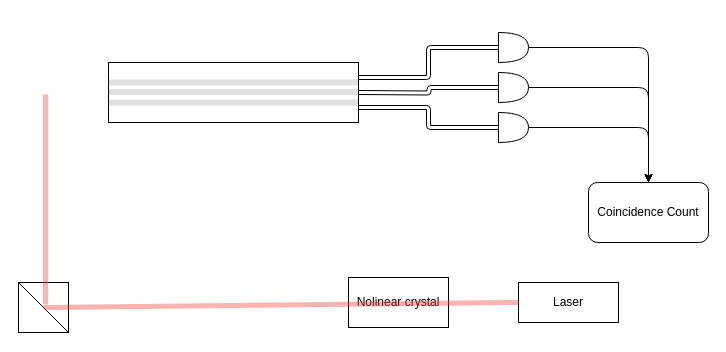
Earlier version of the draw.io diagram Experiment_3level.drawio (FishInAmber/FishNote). Source tidied: cells renumbered, new cells numbered last; positions are measured from the earlier drawing's top-left corner, leaving out a move shared by most shapes. Both pictures are drawn from the tidied source at 100%, with x=0, y=0 at pixel (18, 32).
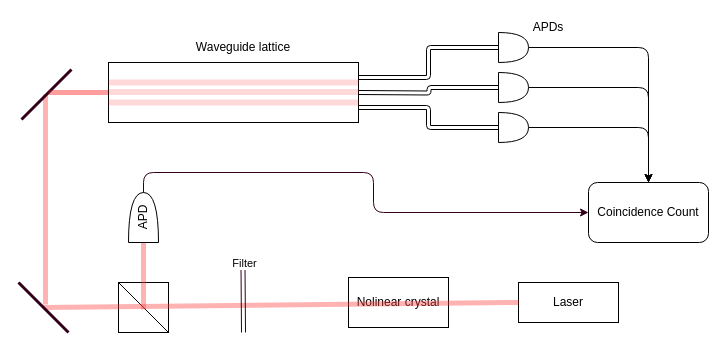
The same page after the edit.

Unchanged cells that the change refers to:
```xml
<mxCell id="11" value="Coincidence Count" style="rounded=1;whiteSpace=wrap;html=1;" parent="1" vertex="1">
  <mxGeometry x="570" y="150" width="120" height="60" as="geometry" />
</mxCell>
```

What changed in the source:
```diff
@@
     <mxCell id="14" style="group;" parent="1" vertex="1">
-      <mxGeometry y="250" width="50" height="50" as="geometry" />
+      <mxGeometry x="100" y="250" width="50" height="50" as="geometry" />
     </mxCell>
@@
-    <mxCell id="19" style="group;" parent="1" vertex="1">
-      <mxGeometry x="90" y="30" width="250" height="60" as="geometry" />
-    </mxCell>
+    <mxCell id="24" style="endArrow=none;html=1;strokeColor=#FF4040;strokeWidth=5;opacity=40;" parent="1" edge="1">
+      <mxGeometry relative="1" as="geometry">
+        <mxPoint x="30" y="60" as="sourcePoint" />
+        <mxPoint x="90" y="60" as="targetPoint" />
+      </mxGeometry>
+    </mxCell>
+    <mxCell id="25" style="endArrow=none;html=1;strokeWidth=3;strokeColor=#33001A;" parent="1" edge="1">
+      <mxGeometry relative="1" as="geometry">
+        <mxPoint x="3" y="87" as="sourcePoint" />
+        <mxPoint x="53" y="37" as="targetPoint" />
+      </mxGeometry>
+    </mxCell>
+    <mxCell id="26" style="endArrow=none;html=1;strokeColor=#FF4040;strokeWidth=5;opacity=40;entryX=0;entryY=0.5;entryDx=0;entryDy=0;entryPerimeter=0;" parent="1" edge="1" target="28">
+      <mxGeometry relative="1" as="geometry">
+        <mxPoint x="125" y="277" as="sourcePoint" />
+        <Array as="points">
+          <mxPoint x="125" y="237" />
+        </Array>
+      </mxGeometry>
+    </mxCell>
+    <mxCell id="27" style="edgeStyle=orthogonalEdgeStyle;rounded=1;jettySize=auto;html=1;entryX=0;entryY=0.5;entryDx=0;entryDy=0;strokeColor=#33001A;strokeWidth=1;exitX=1;exitY=0.5;exitDx=0;exitDy=0;exitPerimeter=0;" parent="1" edge="1" source="28" target="11">
+      <mxGeometry relative="1" as="geometry" />
+    </mxCell>
+    <mxCell id="28" value="APD" style="shape=or;whiteSpace=wrap;html=1;fillColor=none;rotation=-90;" parent="1" vertex="1">
+      <mxGeometry x="100" y="170" width="50" height="30" as="geometry" />
+    </mxCell>
+    <mxCell id="29" style="endArrow=none;html=1;strokeColor=#FF4040;strokeWidth=5;opacity=20;" parent="1" edge="1">
+      <mxGeometry relative="1" as="geometry">
+        <mxPoint x="30" y="60" as="sourcePoint" />
+        <mxPoint x="340" y="60" as="targetPoint" />
+      </mxGeometry>
+    </mxCell>
+    <mxCell id="30" style="endArrow=none;html=1;strokeWidth=3;strokeColor=#33001A;" parent="1" edge="1">
+      <mxGeometry relative="1" as="geometry">
+        <mxPoint x="50" y="300" as="sourcePoint" />
+        <mxPoint y="250" as="targetPoint" />
+      </mxGeometry>
+    </mxCell>
-    <mxCell id="20" style="rounded=0;whiteSpace=wrap;html=1;" parent="19" vertex="1">
-      <mxGeometry width="250" height="60" as="geometry" />
+    <mxCell id="20" style="rounded=0;whiteSpace=wrap;html=1;" parent="1" vertex="1">
+      <mxGeometry x="90" y="30" width="250" height="60" as="geometry" />
     </mxCell>
-    <mxCell id="21" style="endArrow=none;html=1;fillColor=#f5f5f5;strokeColor=#666666;strokeWidth=6;opacity=20;" parent="19" edge="1">
-      <mxGeometry relative="1" as="geometry">
-        <mxPoint y="20" as="sourcePoint" />
-        <mxPoint x="250" y="20" as="targetPoint" />
+    <mxCell id="21" style="endArrow=none;html=1;fillColor=#f5f5f5;strokeWidth=6;opacity=20;strokeColor=#FF4040;" parent="1" edge="1">
+      <mxGeometry x="410" y="250" as="geometry">
+        <mxPoint x="90" y="50" as="sourcePoint" />
+        <mxPoint x="340" y="50" as="targetPoint" />
       </mxGeometry>
     </mxCell>
-    <mxCell id="22" style="endArrow=none;html=1;fillColor=#f5f5f5;strokeColor=#666666;strokeWidth=6;opacity=20;" parent="19" edge="1">
-      <mxGeometry relative="1" as="geometry">
-        <mxPoint y="29.5" as="sourcePoint" />
-        <mxPoint x="250" y="29.5" as="targetPoint" />
+    <mxCell id="22" style="endArrow=none;html=1;fillColor=#f5f5f5;strokeWidth=6;opacity=20;strokeColor=#FF4040;" parent="1" edge="1">
+      <mxGeometry x="410" y="250" as="geometry">
+        <mxPoint x="90" y="59.5" as="sourcePoint" />
+        <mxPoint x="340" y="59.5" as="targetPoint" />
       </mxGeometry>
     </mxCell>
-    <mxCell id="23" style="endArrow=none;html=1;fillColor=#f5f5f5;strokeColor=#666666;strokeWidth=6;opacity=20;" parent="19" edge="1">
-      <mxGeometry relative="1" as="geometry">
-        <mxPoint y="40" as="sourcePoint" />
-        <mxPoint x="250" y="40" as="targetPoint" />
+    <mxCell id="23" style="endArrow=none;html=1;fillColor=#f5f5f5;strokeWidth=6;opacity=20;strokeColor=#FF4040;" parent="1" edge="1">
+      <mxGeometry x="410" y="250" as="geometry">
+        <mxPoint x="90" y="70" as="sourcePoint" />
+        <mxPoint x="340" y="70" as="targetPoint" />
       </mxGeometry>
     </mxCell>
+    <mxCell id="31" value="Waveguide lattice" style="text;html=1;strokeColor=none;fillColor=none;align=center;verticalAlign=middle;whiteSpace=wrap;rounded=0;" parent="1" vertex="1">
+      <mxGeometry x="160" y="5" width="130" height="20" as="geometry" />
+    </mxCell>
+    <mxCell id="32" value="APDs" style="text;html=1;strokeColor=none;fillColor=none;align=center;verticalAlign=middle;whiteSpace=wrap;rounded=0;" parent="1" vertex="1">
+      <mxGeometry x="510" y="-15" width="40" height="20" as="geometry" />
+    </mxCell>
+    <mxCell id="33" style="html=1;strokeWidth=1;shape=link;strokeColor=#33001A;" parent="1" edge="1">
+      <mxGeometry relative="1" as="geometry">
+        <mxPoint x="224.5" y="235" as="sourcePoint" />
+        <mxPoint x="225" y="300" as="targetPoint" />
+      </mxGeometry>
+    </mxCell>
+    <mxCell id="34" value="Filter" style="edgeLabel;html=1;align=center;verticalAlign=middle;" parent="33" vertex="1">
+      <mxGeometry x="-0.45" y="-5" relative="1" as="geometry">
+        <mxPoint x="5.4" y="-23" as="offset" />
+      </mxGeometry>
+    </mxCell>
```
